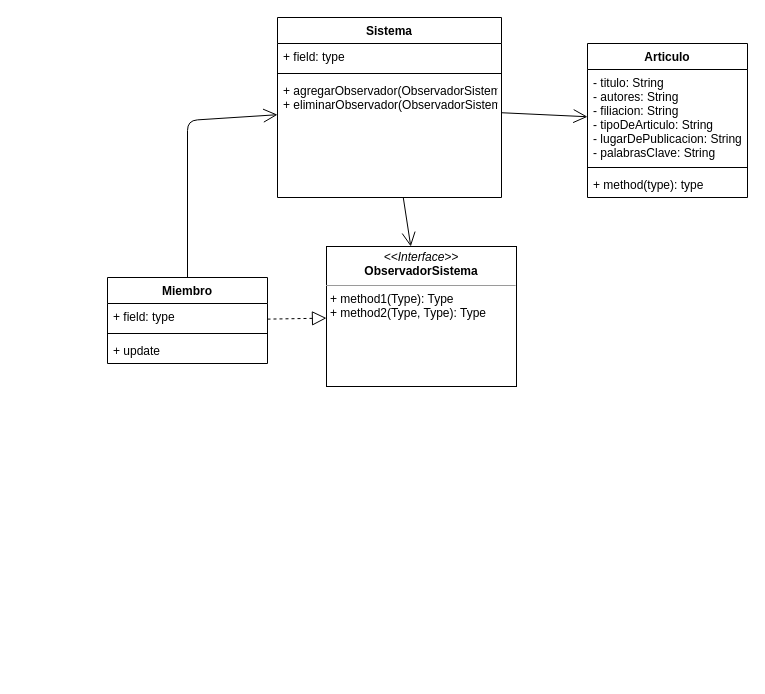
This is UML/Articulos.drawio from lizgasanol/unqui-po2-gasanol, a draw.io file, before an edit. Source tidied: cells renumbered, new cells numbered last; positions are measured from the earlier drawing's top-left corner, leaving out a move shared by most shapes. Both pictures are drawn from the tidied source at 100%, with x=0, y=0 at pixel (107, 17).
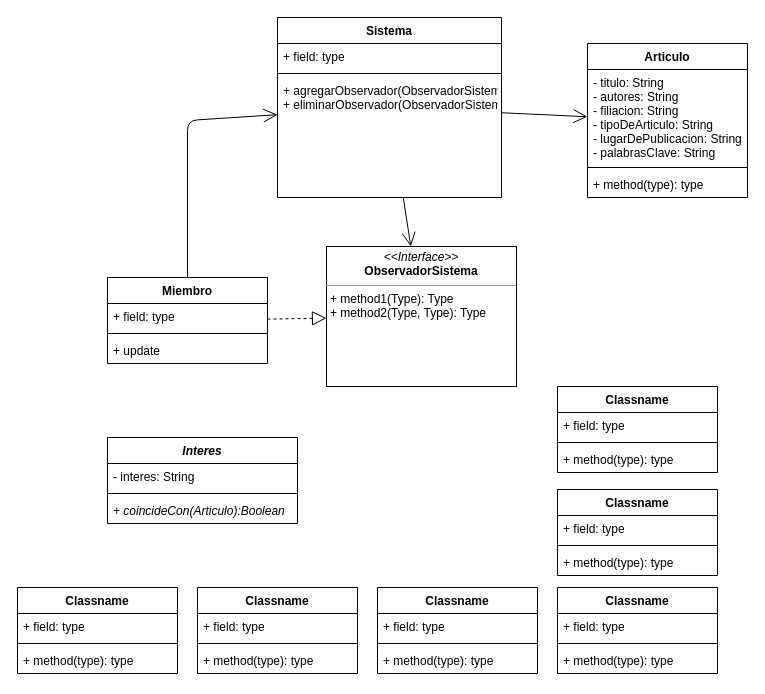
The same page after the edit.

Diff of the diagram source:
```diff
@@
+    <mxCell id="19" value="Interes" style="swimlane;fontStyle=3;align=center;verticalAlign=top;horizontal=1;startSize=26;" parent="1" vertex="1">
+      <mxGeometry y="420" width="190" height="86" as="geometry" />
+    </mxCell>
+    <mxCell id="20" value="- interes: String" style="text;strokeColor=none;fillColor=none;align=left;verticalAlign=top;spacingLeft=4;spacingRight=4;overflow=hidden;" parent="19" vertex="1">
+      <mxGeometry y="26" width="190" height="26" as="geometry" />
+    </mxCell>
+    <mxCell id="21" style="line;strokeWidth=1;fillColor=none;align=left;verticalAlign=middle;spacingTop=-1;spacingLeft=3;spacingRight=3;labelPosition=right;" parent="19" vertex="1">
+      <mxGeometry y="52" width="190" height="8" as="geometry" />
+    </mxCell>
+    <mxCell id="22" value="+ coincideCon(Articulo):Boolean" style="text;strokeColor=none;fillColor=none;align=left;verticalAlign=top;spacingLeft=4;spacingRight=4;overflow=hidden;fontStyle=2;" parent="19" vertex="1">
+      <mxGeometry y="60" width="190" height="26" as="geometry" />
+    </mxCell>
+    <mxCell id="23" value="Classname" style="swimlane;fontStyle=1;align=center;verticalAlign=top;horizontal=1;startSize=26;" parent="1" vertex="1">
+      <mxGeometry x="-90" y="570" width="160" height="86" as="geometry" />
+    </mxCell>
+    <mxCell id="24" value="+ field: type" style="text;strokeColor=none;fillColor=none;align=left;verticalAlign=top;spacingLeft=4;spacingRight=4;overflow=hidden;" parent="23" vertex="1">
+      <mxGeometry y="26" width="160" height="26" as="geometry" />
+    </mxCell>
+    <mxCell id="25" style="line;strokeWidth=1;fillColor=none;align=left;verticalAlign=middle;spacingTop=-1;spacingLeft=3;spacingRight=3;labelPosition=right;" parent="23" vertex="1">
+      <mxGeometry y="52" width="160" height="8" as="geometry" />
+    </mxCell>
+    <mxCell id="26" value="+ method(type): type" style="text;strokeColor=none;fillColor=none;align=left;verticalAlign=top;spacingLeft=4;spacingRight=4;overflow=hidden;" parent="23" vertex="1">
+      <mxGeometry y="60" width="160" height="26" as="geometry" />
+    </mxCell>
+    <mxCell id="27" value="Classname" style="swimlane;fontStyle=1;align=center;verticalAlign=top;horizontal=1;startSize=26;" parent="1" vertex="1">
+      <mxGeometry x="90" y="570" width="160" height="86" as="geometry" />
+    </mxCell>
+    <mxCell id="28" value="+ field: type" style="text;strokeColor=none;fillColor=none;align=left;verticalAlign=top;spacingLeft=4;spacingRight=4;overflow=hidden;" parent="27" vertex="1">
+      <mxGeometry y="26" width="160" height="26" as="geometry" />
+    </mxCell>
+    <mxCell id="29" style="line;strokeWidth=1;fillColor=none;align=left;verticalAlign=middle;spacingTop=-1;spacingLeft=3;spacingRight=3;labelPosition=right;" parent="27" vertex="1">
+      <mxGeometry y="52" width="160" height="8" as="geometry" />
+    </mxCell>
+    <mxCell id="30" value="+ method(type): type" style="text;strokeColor=none;fillColor=none;align=left;verticalAlign=top;spacingLeft=4;spacingRight=4;overflow=hidden;" parent="27" vertex="1">
+      <mxGeometry y="60" width="160" height="26" as="geometry" />
+    </mxCell>
+    <mxCell id="31" value="Classname" style="swimlane;fontStyle=1;align=center;verticalAlign=top;horizontal=1;startSize=26;" parent="1" vertex="1">
+      <mxGeometry x="270" y="570" width="160" height="86" as="geometry" />
+    </mxCell>
+    <mxCell id="32" value="+ field: type" style="text;strokeColor=none;fillColor=none;align=left;verticalAlign=top;spacingLeft=4;spacingRight=4;overflow=hidden;" parent="31" vertex="1">
+      <mxGeometry y="26" width="160" height="26" as="geometry" />
+    </mxCell>
+    <mxCell id="33" style="line;strokeWidth=1;fillColor=none;align=left;verticalAlign=middle;spacingTop=-1;spacingLeft=3;spacingRight=3;labelPosition=right;" parent="31" vertex="1">
+      <mxGeometry y="52" width="160" height="8" as="geometry" />
+    </mxCell>
+    <mxCell id="34" value="+ method(type): type" style="text;strokeColor=none;fillColor=none;align=left;verticalAlign=top;spacingLeft=4;spacingRight=4;overflow=hidden;" parent="31" vertex="1">
+      <mxGeometry y="60" width="160" height="26" as="geometry" />
+    </mxCell>
+    <mxCell id="35" value="Classname" style="swimlane;fontStyle=1;align=center;verticalAlign=top;horizontal=1;startSize=26;" parent="1" vertex="1">
+      <mxGeometry x="450" y="570" width="160" height="86" as="geometry" />
+    </mxCell>
+    <mxCell id="36" value="+ field: type" style="text;strokeColor=none;fillColor=none;align=left;verticalAlign=top;spacingLeft=4;spacingRight=4;overflow=hidden;" parent="35" vertex="1">
+      <mxGeometry y="26" width="160" height="26" as="geometry" />
+    </mxCell>
+    <mxCell id="37" style="line;strokeWidth=1;fillColor=none;align=left;verticalAlign=middle;spacingTop=-1;spacingLeft=3;spacingRight=3;labelPosition=right;" parent="35" vertex="1">
+      <mxGeometry y="52" width="160" height="8" as="geometry" />
+    </mxCell>
+    <mxCell id="38" value="+ method(type): type" style="text;strokeColor=none;fillColor=none;align=left;verticalAlign=top;spacingLeft=4;spacingRight=4;overflow=hidden;" parent="35" vertex="1">
+      <mxGeometry y="60" width="160" height="26" as="geometry" />
+    </mxCell>
+    <mxCell id="39" value="Classname" style="swimlane;fontStyle=1;align=center;verticalAlign=top;horizontal=1;startSize=26;" parent="1" vertex="1">
+      <mxGeometry x="450" y="472" width="160" height="86" as="geometry" />
+    </mxCell>
+    <mxCell id="40" value="+ field: type" style="text;strokeColor=none;fillColor=none;align=left;verticalAlign=top;spacingLeft=4;spacingRight=4;overflow=hidden;" parent="39" vertex="1">
+      <mxGeometry y="26" width="160" height="26" as="geometry" />
+    </mxCell>
+    <mxCell id="41" style="line;strokeWidth=1;fillColor=none;align=left;verticalAlign=middle;spacingTop=-1;spacingLeft=3;spacingRight=3;labelPosition=right;" parent="39" vertex="1">
+      <mxGeometry y="52" width="160" height="8" as="geometry" />
+    </mxCell>
+    <mxCell id="42" value="+ method(type): type" style="text;strokeColor=none;fillColor=none;align=left;verticalAlign=top;spacingLeft=4;spacingRight=4;overflow=hidden;" parent="39" vertex="1">
+      <mxGeometry y="60" width="160" height="26" as="geometry" />
+    </mxCell>
+    <mxCell id="43" value="Classname" style="swimlane;fontStyle=1;align=center;verticalAlign=top;horizontal=1;startSize=26;" parent="1" vertex="1">
+      <mxGeometry x="450" y="369" width="160" height="86" as="geometry" />
+    </mxCell>
+    <mxCell id="44" value="+ field: type" style="text;strokeColor=none;fillColor=none;align=left;verticalAlign=top;spacingLeft=4;spacingRight=4;overflow=hidden;" parent="43" vertex="1">
+      <mxGeometry y="26" width="160" height="26" as="geometry" />
+    </mxCell>
+    <mxCell id="45" style="line;strokeWidth=1;fillColor=none;align=left;verticalAlign=middle;spacingTop=-1;spacingLeft=3;spacingRight=3;labelPosition=right;" parent="43" vertex="1">
+      <mxGeometry y="52" width="160" height="8" as="geometry" />
+    </mxCell>
+    <mxCell id="46" value="+ method(type): type" style="text;strokeColor=none;fillColor=none;align=left;verticalAlign=top;spacingLeft=4;spacingRight=4;overflow=hidden;" parent="43" vertex="1">
+      <mxGeometry y="60" width="160" height="26" as="geometry" />
+    </mxCell>
```
